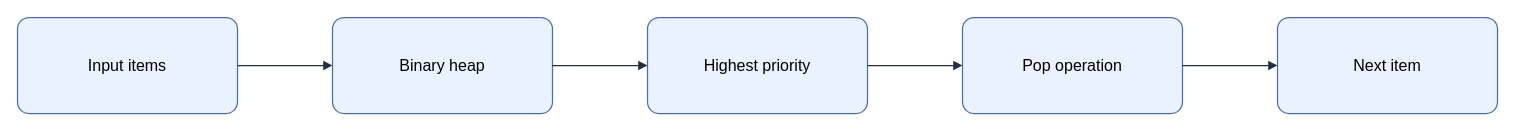
Above: assets/img/data-structures/priority-queue-heap-flow.drawio in KKamJi98/kkamji98.github.io (draw.io), before the change. Source tidied: cells renumbered, new cells numbered last; positions are measured from the earlier drawing's top-left corner, leaving out a move shared by most shapes. Both pictures are drawn from the tidied source at 100%, with x=0, y=0 at pixel (17, 17).
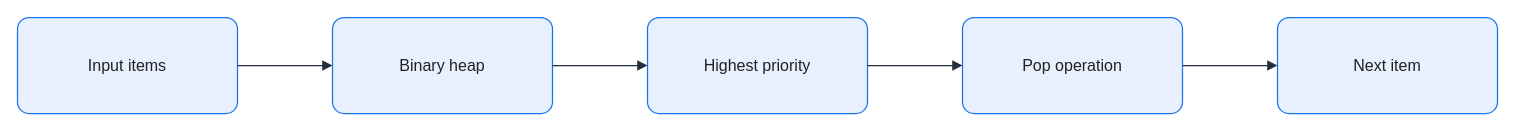
The same diagram, later.

Diff of the diagram source:
```diff
@@
 <mxGraphModel background="#FFFFFF">
   <root>
     <mxCell id="0" />
     <mxCell id="1" parent="0" />
-    <mxCell id="2" value="Input items" style="rounded=1;arcSize=12;whiteSpace=wrap;html=0;fillColor=#EAF2FF;strokeColor=#4A6FA5;strokeWidth=1.25;fontColor=#000000;fontSize=16;align=center;verticalAlign=middle;spacing=8;shadow=0;" parent="1" vertex="1">
+    <mxCell id="2" value="Input items" style="rounded=1;arcSize=12;whiteSpace=wrap;html=0;fillColor=#E8F0FE;strokeColor=#1A73E8;strokeWidth=1.25;fontColor=#202124;fontSize=16;align=center;verticalAlign=middle;spacing=8;shadow=0;" parent="1" vertex="1">
       <mxGeometry width="220" height="96" as="geometry" />
     </mxCell>
-    <mxCell id="3" value="Binary heap" style="rounded=1;arcSize=12;whiteSpace=wrap;html=0;fillColor=#EAF2FF;strokeColor=#4A6FA5;strokeWidth=1.25;fontColor=#000000;fontSize=16;align=center;verticalAlign=middle;spacing=8;shadow=0;" parent="1" vertex="1">
+    <mxCell id="3" value="Binary heap" style="rounded=1;arcSize=12;whiteSpace=wrap;html=0;fillColor=#E8F0FE;strokeColor=#1A73E8;strokeWidth=1.25;fontColor=#202124;fontSize=16;align=center;verticalAlign=middle;spacing=8;shadow=0;" parent="1" vertex="1">
       <mxGeometry x="315" width="220" height="96" as="geometry" />
     </mxCell>
-    <mxCell id="4" value="Highest priority" style="rounded=1;arcSize=12;whiteSpace=wrap;html=0;fillColor=#EAF2FF;strokeColor=#4A6FA5;strokeWidth=1.25;fontColor=#000000;fontSize=16;align=center;verticalAlign=middle;spacing=8;shadow=0;" parent="1" vertex="1">
+    <mxCell id="4" value="Highest priority" style="rounded=1;arcSize=12;whiteSpace=wrap;html=0;fillColor=#E8F0FE;strokeColor=#1A73E8;strokeWidth=1.25;fontColor=#202124;fontSize=16;align=center;verticalAlign=middle;spacing=8;shadow=0;" parent="1" vertex="1">
       <mxGeometry x="630" width="220" height="96" as="geometry" />
     </mxCell>
-    <mxCell id="5" value="Pop operation" style="rounded=1;arcSize=12;whiteSpace=wrap;html=0;fillColor=#EAF2FF;strokeColor=#4A6FA5;strokeWidth=1.25;fontColor=#000000;fontSize=16;align=center;verticalAlign=middle;spacing=8;shadow=0;" parent="1" vertex="1">
+    <mxCell id="5" value="Pop operation" style="rounded=1;arcSize=12;whiteSpace=wrap;html=0;fillColor=#E8F0FE;strokeColor=#1A73E8;strokeWidth=1.25;fontColor=#202124;fontSize=16;align=center;verticalAlign=middle;spacing=8;shadow=0;" parent="1" vertex="1">
       <mxGeometry x="945" width="220" height="96" as="geometry" />
     </mxCell>
-    <mxCell id="6" value="Next item" style="rounded=1;arcSize=12;whiteSpace=wrap;html=0;fillColor=#EAF2FF;strokeColor=#4A6FA5;strokeWidth=1.25;fontColor=#000000;fontSize=16;align=center;verticalAlign=middle;spacing=8;shadow=0;" parent="1" vertex="1">
+    <mxCell id="6" value="Next item" style="rounded=1;arcSize=12;whiteSpace=wrap;html=0;fillColor=#E8F0FE;strokeColor=#1A73E8;strokeWidth=1.25;fontColor=#202124;fontSize=16;align=center;verticalAlign=middle;spacing=8;shadow=0;" parent="1" vertex="1">
       <mxGeometry x="1260" width="220" height="96" as="geometry" />
     </mxCell>
-    <mxCell id="7" style="edgeStyle=orthogonalEdgeStyle;rounded=0;jettySize=auto;html=0;endArrow=block;endFill=1;strokeColor=#232F3E;strokeWidth=1.25;fontColor=#000000;labelBackgroundColor=none;exitX=1;exitY=0.5;exitDx=0;exitDy=0;entryX=0;entryY=0.5;entryDx=0;entryDy=0;" parent="1" edge="1" source="2" target="3">
+    <mxCell id="7" style="edgeStyle=orthogonalEdgeStyle;rounded=0;jettySize=auto;html=0;endArrow=block;endFill=1;strokeColor=#232F3E;strokeWidth=1.25;fontColor=#202124;labelBackgroundColor=none;exitX=1;exitY=0.5;exitDx=0;exitDy=0;entryX=0;entryY=0.5;entryDx=0;entryDy=0;endSize=7;" parent="1" edge="1" source="2" target="3">
       <mxGeometry relative="1" as="geometry" />
     </mxCell>
-    <mxCell id="8" style="edgeStyle=orthogonalEdgeStyle;rounded=0;jettySize=auto;html=0;endArrow=block;endFill=1;strokeColor=#232F3E;strokeWidth=1.25;fontColor=#000000;labelBackgroundColor=none;exitX=1;exitY=0.5;exitDx=0;exitDy=0;entryX=0;entryY=0.5;entryDx=0;entryDy=0;" parent="1" edge="1" source="3" target="4">
+    <mxCell id="8" style="edgeStyle=orthogonalEdgeStyle;rounded=0;jettySize=auto;html=0;endArrow=block;endFill=1;strokeColor=#232F3E;strokeWidth=1.25;fontColor=#202124;labelBackgroundColor=none;exitX=1;exitY=0.5;exitDx=0;exitDy=0;entryX=0;entryY=0.5;entryDx=0;entryDy=0;endSize=7;" parent="1" edge="1" source="3" target="4">
       <mxGeometry relative="1" as="geometry" />
     </mxCell>
-    <mxCell id="9" style="edgeStyle=orthogonalEdgeStyle;rounded=0;jettySize=auto;html=0;endArrow=block;endFill=1;strokeColor=#232F3E;strokeWidth=1.25;fontColor=#000000;labelBackgroundColor=none;exitX=1;exitY=0.5;exitDx=0;exitDy=0;entryX=0;entryY=0.5;entryDx=0;entryDy=0;" parent="1" edge="1" source="4" target="5">
+    <mxCell id="9" style="edgeStyle=orthogonalEdgeStyle;rounded=0;jettySize=auto;html=0;endArrow=block;endFill=1;strokeColor=#232F3E;strokeWidth=1.25;fontColor=#202124;labelBackgroundColor=none;exitX=1;exitY=0.5;exitDx=0;exitDy=0;entryX=0;entryY=0.5;entryDx=0;entryDy=0;endSize=7;" parent="1" edge="1" source="4" target="5">
       <mxGeometry relative="1" as="geometry" />
     </mxCell>
-    <mxCell id="10" style="edgeStyle=orthogonalEdgeStyle;rounded=0;jettySize=auto;html=0;endArrow=block;endFill=1;strokeColor=#232F3E;strokeWidth=1.25;fontColor=#000000;labelBackgroundColor=none;exitX=1;exitY=0.5;exitDx=0;exitDy=0;entryX=0;entryY=0.5;entryDx=0;entryDy=0;" parent="1" edge="1" source="5" target="6">
+    <mxCell id="10" style="edgeStyle=orthogonalEdgeStyle;rounded=0;jettySize=auto;html=0;endArrow=block;endFill=1;strokeColor=#232F3E;strokeWidth=1.25;fontColor=#202124;labelBackgroundColor=none;exitX=1;exitY=0.5;exitDx=0;exitDy=0;entryX=0;entryY=0.5;entryDx=0;entryDy=0;endSize=7;" parent="1" edge="1" source="5" target="6">
       <mxGeometry relative="1" as="geometry" />
     </mxCell>
   </root>
 </mxGraphModel>
```
